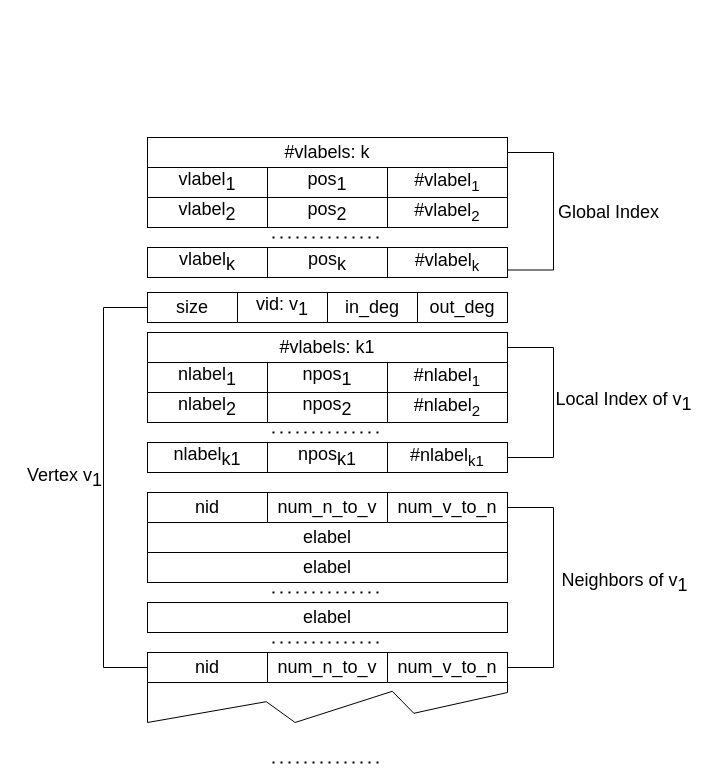
E-Neo/opgm-paper keeps this draw.io diagram as img/data_graph.drawio. Above is the earlier version. Source tidied: cells renumbered, new cells numbered last; positions are measured from the earlier drawing's top-left corner, leaving out a move shared by most shapes. Both pictures are drawn from the tidied source at 100%, with x=0, y=0 at pixel (103, 137).
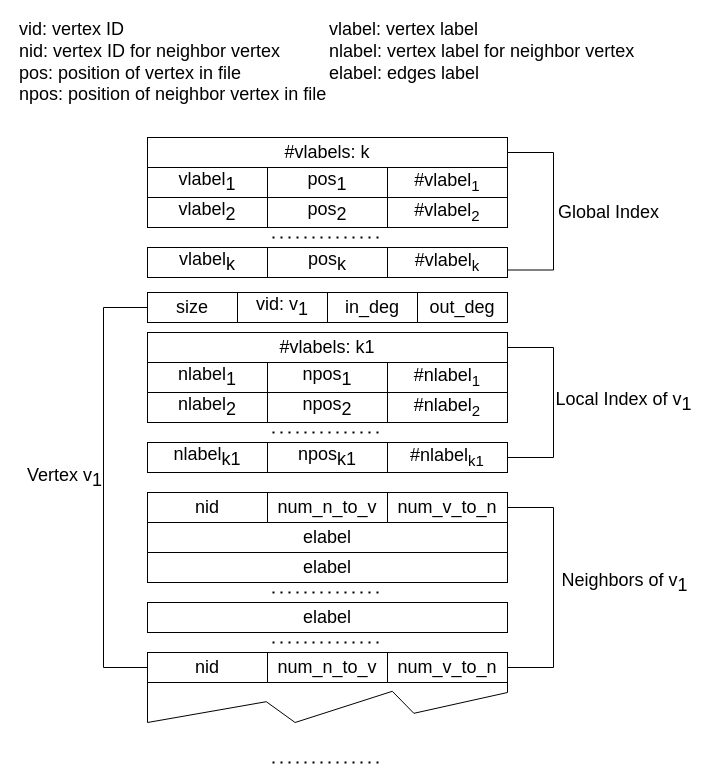
The same page after the edit.

Diff of the diagram source:
```diff
@@
+    <mxCell id="58" value="&lt;font style=&quot;font-size: 18px&quot;&gt;vlabel: vertex label&lt;br&gt;nlabel: vertex label for neighbor vertex&lt;br&gt;elabel: edges label&lt;br&gt;&lt;br&gt;&lt;/font&gt;" style="rounded=0;whiteSpace=wrap;html=1;align=left;verticalAlign=middle;strokeColor=#FFFFFF;" parent="1" vertex="1">
+      <mxGeometry x="224" y="-120" width="310" height="90" as="geometry" />
+    </mxCell>
+    <mxCell id="59" value="&lt;font style=&quot;font-size: 18px&quot;&gt;&lt;span&gt;vid: vertex ID&lt;br&gt;&lt;/span&gt;nid: vertex ID for neighbor vertex&lt;br&gt;pos: position of vertex in file&lt;br&gt;&lt;span&gt;npos: position of neighbor vertex in file&lt;/span&gt;&lt;br&gt;&lt;/font&gt;" style="rounded=0;whiteSpace=wrap;html=1;align=left;verticalAlign=middle;strokeColor=#FFFFFF;" parent="1" vertex="1">
+      <mxGeometry x="-86" y="-120" width="310" height="90" as="geometry" />
+    </mxCell>
```
